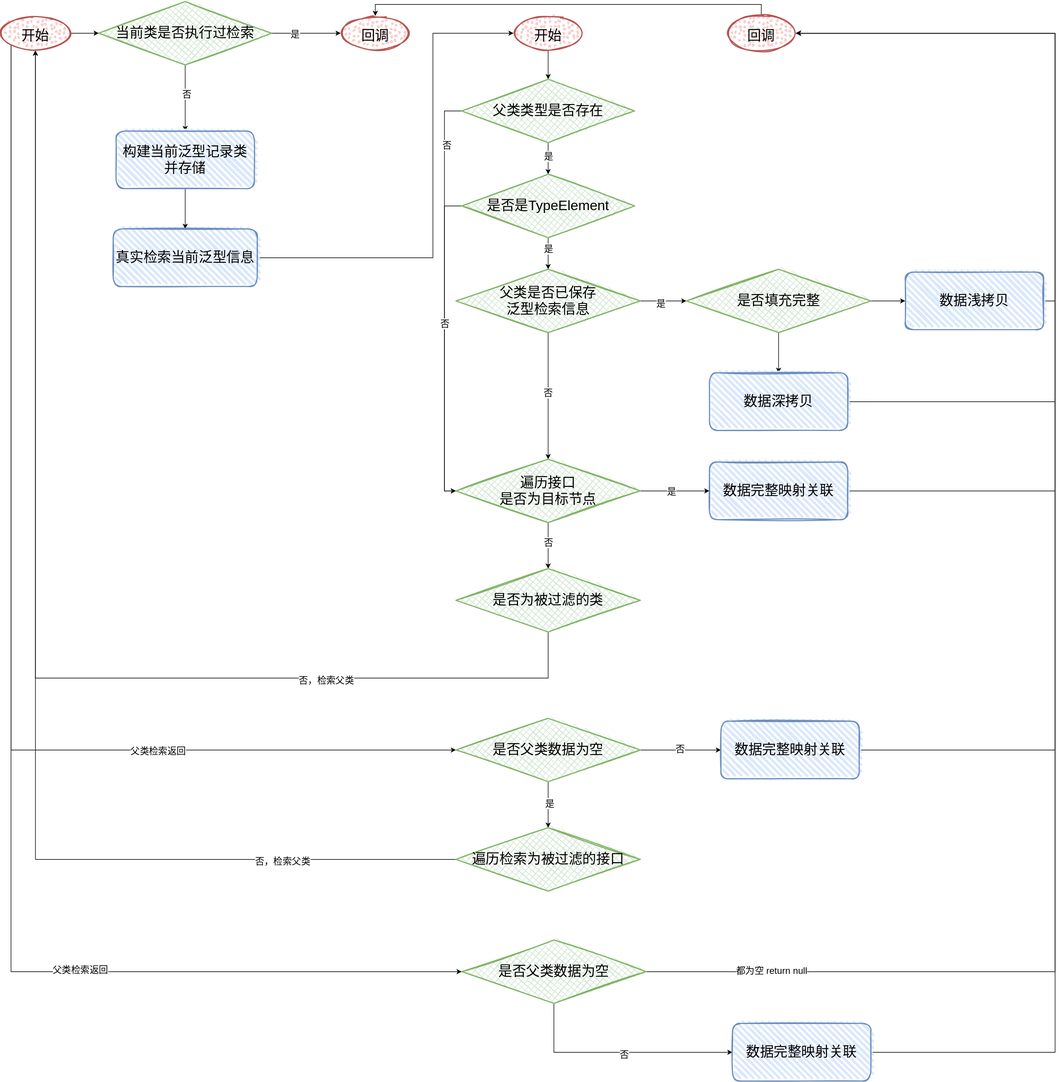
The draw.io diagram resource/InterfaceGenericsRetrieval.svg in Sheedon/CompilationTool, before a commit. Source tidied: cells renumbered, new cells last; positions are measured from the earlier drawing's top-left corner, leaving out a move shared by most shapes.
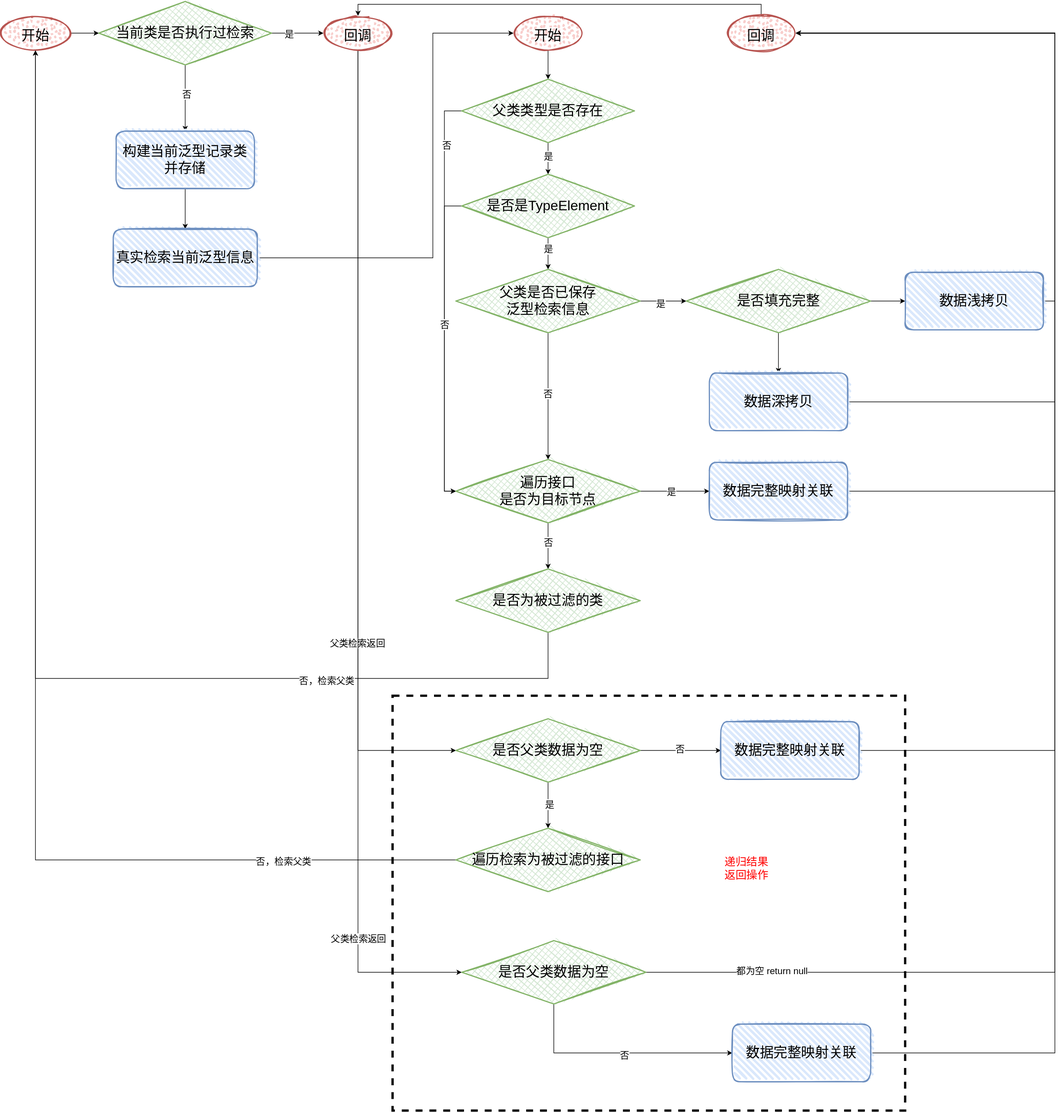
Later version of the same file.

Commit message:
更新流程图资源

Diff of the diagram source:
```diff
@@ -5,10 +5,10 @@
     <mxCell id="2" style="edgeStyle=orthogonalEdgeStyle;rounded=0;jettySize=auto;html=1;exitX=1;exitY=0.5;exitDx=0;exitDy=0;entryX=0;entryY=0.5;entryDx=0;entryDy=0;" parent="1" edge="1" source="7" target="12">
       <mxGeometry relative="1" as="geometry" />
     </mxCell>
-    <mxCell id="3" style="edgeStyle=orthogonalEdgeStyle;rounded=0;jettySize=auto;html=1;exitX=0;exitY=1;exitDx=0;exitDy=0;fontSize=16;entryX=0;entryY=0.5;entryDx=0;entryDy=0;" parent="1" edge="1" source="7" target="58">
+    <mxCell id="3" style="edgeStyle=orthogonalEdgeStyle;rounded=0;jettySize=auto;html=1;exitX=0.5;exitY=1;exitDx=0;exitDy=0;fontSize=16;entryX=0;entryY=0.5;entryDx=0;entryDy=0;" parent="1" edge="1" source="15" target="58">
       <mxGeometry relative="1" as="geometry">
         <Array as="points">
-          <mxPoint x="17" y="1300" />
+          <mxPoint x="620" y="1300" />
         </Array>
       </mxGeometry>
     </mxCell>
@@ -17,16 +17,17 @@
         <mxPoint x="-1" as="offset" />
       </mxGeometry>
     </mxCell>
-    <mxCell id="5" style="edgeStyle=orthogonalEdgeStyle;rounded=0;jettySize=auto;html=1;exitX=0;exitY=1;exitDx=0;exitDy=0;fontSize=16;entryX=0;entryY=0.5;entryDx=0;entryDy=0;" parent="1" edge="1" source="7" target="69">
+    <mxCell id="5" style="edgeStyle=orthogonalEdgeStyle;rounded=0;jettySize=auto;html=1;exitX=0.5;exitY=1;exitDx=0;exitDy=0;fontSize=16;entryX=0;entryY=0.5;entryDx=0;entryDy=0;" parent="1" edge="1" source="15" target="69">
       <mxGeometry relative="1" as="geometry">
         <Array as="points">
-          <mxPoint x="18" y="1685" />
-          <mxPoint x="790" y="1685" />
+          <mxPoint x="620" y="1685" />
         </Array>
       </mxGeometry>
     </mxCell>
     <mxCell id="6" value="父类检索返回" style="edgeLabel;html=1;align=center;verticalAlign=middle;fontSize=16;" parent="5" vertex="1">
-      <mxGeometry x="0.45" y="4" relative="1" as="geometry" />
+      <mxGeometry x="0.45" y="4" relative="1" as="geometry">
+        <mxPoint x="-4" y="253" as="offset" />
+      </mxGeometry>
     </mxCell>
     <mxCell id="7" value="&lt;font style=&quot;font-size: 24px&quot;&gt;开始&lt;/font&gt;" style="ellipse;whiteSpace=wrap;html=1;strokeWidth=2;fillWeight=2;hachureGap=8;fillColor=#f8cecc;fillStyle=dots;sketch=1;fontSize=38;strokeColor=#b85450;" parent="1" vertex="1">
       <mxGeometry y="25" width="120" height="60" as="geometry" />
@@ -58,7 +59,7 @@
       <mxGeometry x="200" y="225" width="240" height="100" as="geometry" />
     </mxCell>
     <mxCell id="15" value="&lt;font style=&quot;font-size: 24px&quot;&gt;回调&lt;/font&gt;" style="ellipse;whiteSpace=wrap;html=1;strokeWidth=2;fillWeight=2;hachureGap=8;fillColor=#f8cecc;fillStyle=dots;sketch=1;fontSize=38;strokeColor=#b85450;" parent="1" vertex="1">
-      <mxGeometry x="590" y="25" width="120" height="60" as="geometry" />
+      <mxGeometry x="560" y="25" width="120" height="60" as="geometry" />
     </mxCell>
     <mxCell id="16" style="edgeStyle=orthogonalEdgeStyle;rounded=0;jettySize=auto;html=1;exitX=1;exitY=0.5;exitDx=0;exitDy=0;entryX=0;entryY=0.5;entryDx=0;entryDy=0;fontSize=16;" parent="1" edge="1" source="17" target="19">
       <mxGeometry relative="1" as="geometry">
@@ -287,5 +288,11 @@
     <mxCell id="70" value="数据完整映射关联" style="rounded=1;whiteSpace=wrap;html=1;strokeWidth=2;fillWeight=4;hachureGap=8;hachureAngle=45;fillColor=#dae8fc;sketch=1;fontSize=24;strokeColor=#6c8ebf;" parent="1" vertex="1">
       <mxGeometry x="1270" y="1775" width="240" height="100" as="geometry" />
     </mxCell>
+    <mxCell id="71" style="rounded=0;whiteSpace=wrap;html=1;dashed=1;fillColor=none;strokeWidth=4;" parent="1" vertex="1">
+      <mxGeometry x="680" y="1205" width="890" height="720" as="geometry" />
+    </mxCell>
+    <mxCell id="72" value="&lt;font style=&quot;font-size: 19px&quot;&gt;递归结果返回操作&lt;/font&gt;" style="text;html=1;strokeColor=none;fillColor=none;align=center;verticalAlign=middle;whiteSpace=wrap;rounded=0;dashed=1;fontColor=#FF0000;" parent="1" vertex="1">
+      <mxGeometry x="1250" y="1485" width="90" height="40" as="geometry" />
+    </mxCell>
   </root>
 </mxGraphModel>
```
